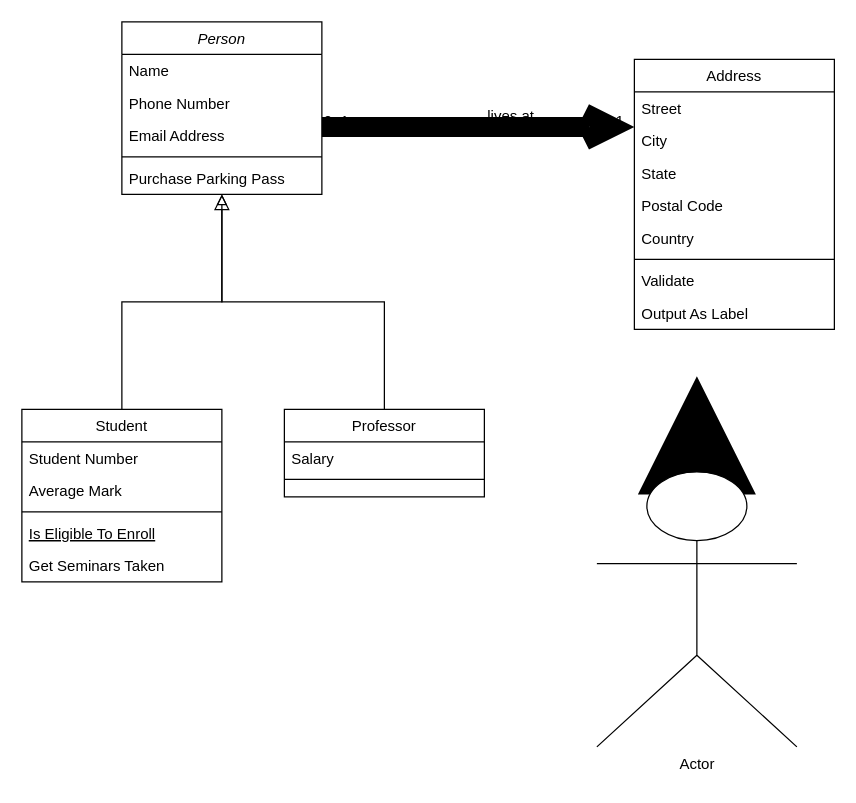
Earlier version of the draw.io diagram Unbenanntes Diagramm.drawio (andrinnn6789/FootballAdministrationsApp). Source tidied: cells renumbered, new cells numbered last; positions are measured from the earlier drawing's top-left corner, leaving out a move shared by most shapes. Both pictures are drawn from the tidied source at 125%, with x=0, y=0 at pixel (21, 21).
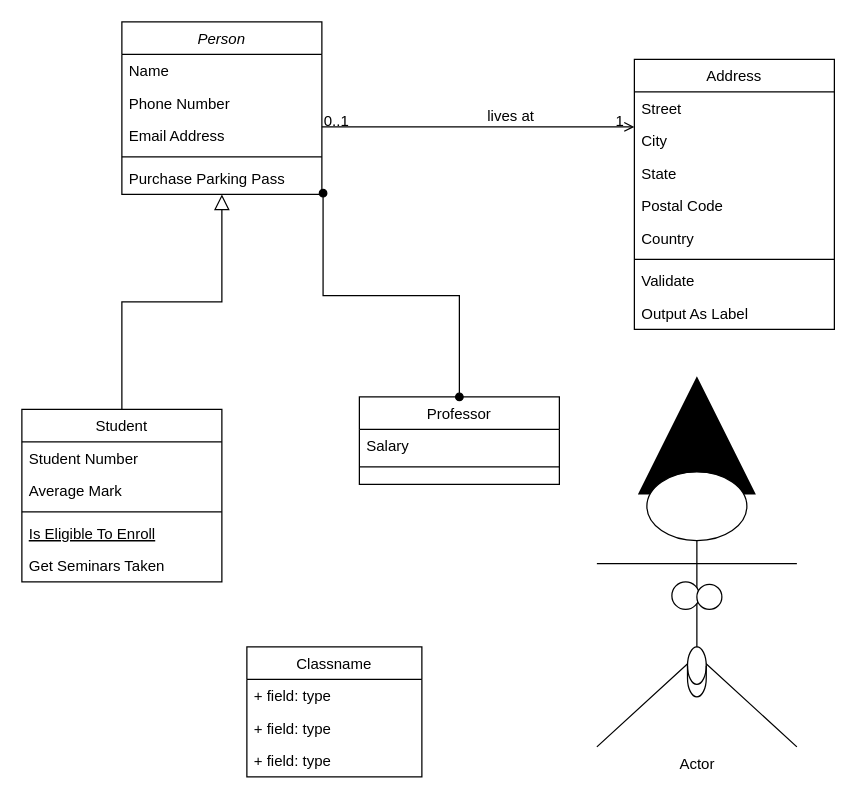
After the change.

Unchanged cells that the change refers to:
```xml
<mxCell id="2" value="Person" style="swimlane;fontStyle=2;align=center;verticalAlign=top;horizontal=1;startSize=26;rounded=0;shadow=0;strokeWidth=1;" parent="1" vertex="1">
  <mxGeometry x="80" width="160" height="138" as="geometry" />
</mxCell>
<mxCell id="7" value="Purchase Parking Pass" style="text;align=left;verticalAlign=top;spacingLeft=4;spacingRight=4;overflow=hidden;points=[[0,0.5],[1,0.5]];portConstraint=eastwest;" parent="2" vertex="1">
  <mxGeometry y="112" width="160" height="26" as="geometry" />
</mxCell>
<mxCell id="19" value="Address" style="swimlane;fontStyle=0;align=center;verticalAlign=top;horizontal=1;startSize=26;rounded=0;shadow=0;strokeWidth=1;" parent="1" vertex="1">
  <mxGeometry x="490" y="30" width="160" height="216" as="geometry" />
</mxCell>
```

Change to the diagram source:
```diff
@@
     <mxCell id="15" value="Professor" style="swimlane;fontStyle=0;align=center;verticalAlign=top;horizontal=1;startSize=26;rounded=0;shadow=0;strokeWidth=1;" parent="1" vertex="1">
-      <mxGeometry x="210" y="310" width="160" height="70" as="geometry" />
+      <mxGeometry x="270" y="300" width="160" height="70" as="geometry" />
     </mxCell>
@@
-    <mxCell id="18" style="endArrow=block;endFill=0;shadow=0;strokeWidth=1;rounded=0;edgeStyle=elbowEdgeStyle;elbow=vertical;" parent="1" edge="1" source="15" target="2">
+    <mxCell id="18" style="endArrow=oval;endFill=1;shadow=0;strokeWidth=1;rounded=0;edgeStyle=elbowEdgeStyle;elbow=vertical;entryX=1.006;entryY=0.962;entryDx=0;entryDy=0;entryPerimeter=0;startArrow=oval;startFill=1;" parent="1" edge="1" source="15" target="7">
       <mxGeometry relative="1" as="geometry" />
     </mxCell>
@@
-    <mxCell id="28" style="endArrow=open;shadow=0;strokeWidth=16;rounded=0;endFill=1;edgeStyle=elbowEdgeStyle;elbow=vertical;" parent="1" edge="1" source="2" target="19">
+    <mxCell id="28" style="endArrow=open;shadow=0;strokeWidth=1;rounded=0;endFill=1;edgeStyle=elbowEdgeStyle;elbow=vertical;" parent="1" edge="1" source="2" target="19">
       <mxGeometry x="0.5" y="41" relative="1" as="geometry">
         <mxPoint x="-40" y="32" as="offset" />
       </mxGeometry>
     </mxCell>
@@
+    <mxCell id="37" style="ellipse;whiteSpace=wrap;html=1;strokeWidth=1;" parent="1" vertex="1">
+      <mxGeometry x="520" y="448" width="22" height="22" as="geometry" />
+    </mxCell>
+    <mxCell id="38" style="ellipse;whiteSpace=wrap;html=1;strokeWidth=1;" parent="1" vertex="1">
+      <mxGeometry x="540" y="450" width="20" height="20" as="geometry" />
+    </mxCell>
+    <mxCell id="39" style="shape=cylinder3;whiteSpace=wrap;html=1;boundedLbl=1;backgroundOutline=1;size=15;strokeWidth=1;" parent="1" vertex="1">
+      <mxGeometry x="532.5" y="500" width="15" height="40" as="geometry" />
+    </mxCell>
+    <mxCell id="40" value="Classname" style="swimlane;fontStyle=0;horizontal=1;startSize=26;fillColor=none;strokeWidth=1;" parent="1" vertex="1">
+      <mxGeometry x="180" y="500" width="140" height="104" as="geometry" />
+    </mxCell>
+    <mxCell id="41" value="+ field: type" style="text;strokeColor=none;fillColor=none;align=left;verticalAlign=top;spacingLeft=4;spacingRight=4;overflow=hidden;" parent="40" vertex="1">
+      <mxGeometry y="26" width="140" height="26" as="geometry" />
+    </mxCell>
+    <mxCell id="42" value="+ field: type" style="text;strokeColor=none;fillColor=none;align=left;verticalAlign=top;spacingLeft=4;spacingRight=4;overflow=hidden;" parent="40" vertex="1">
+      <mxGeometry y="52" width="140" height="26" as="geometry" />
+    </mxCell>
+    <mxCell id="43" value="+ field: type" style="text;strokeColor=none;fillColor=none;align=left;verticalAlign=top;spacingLeft=4;spacingRight=4;overflow=hidden;" parent="40" vertex="1">
+      <mxGeometry y="78" width="140" height="26" as="geometry" />
+    </mxCell>
```
